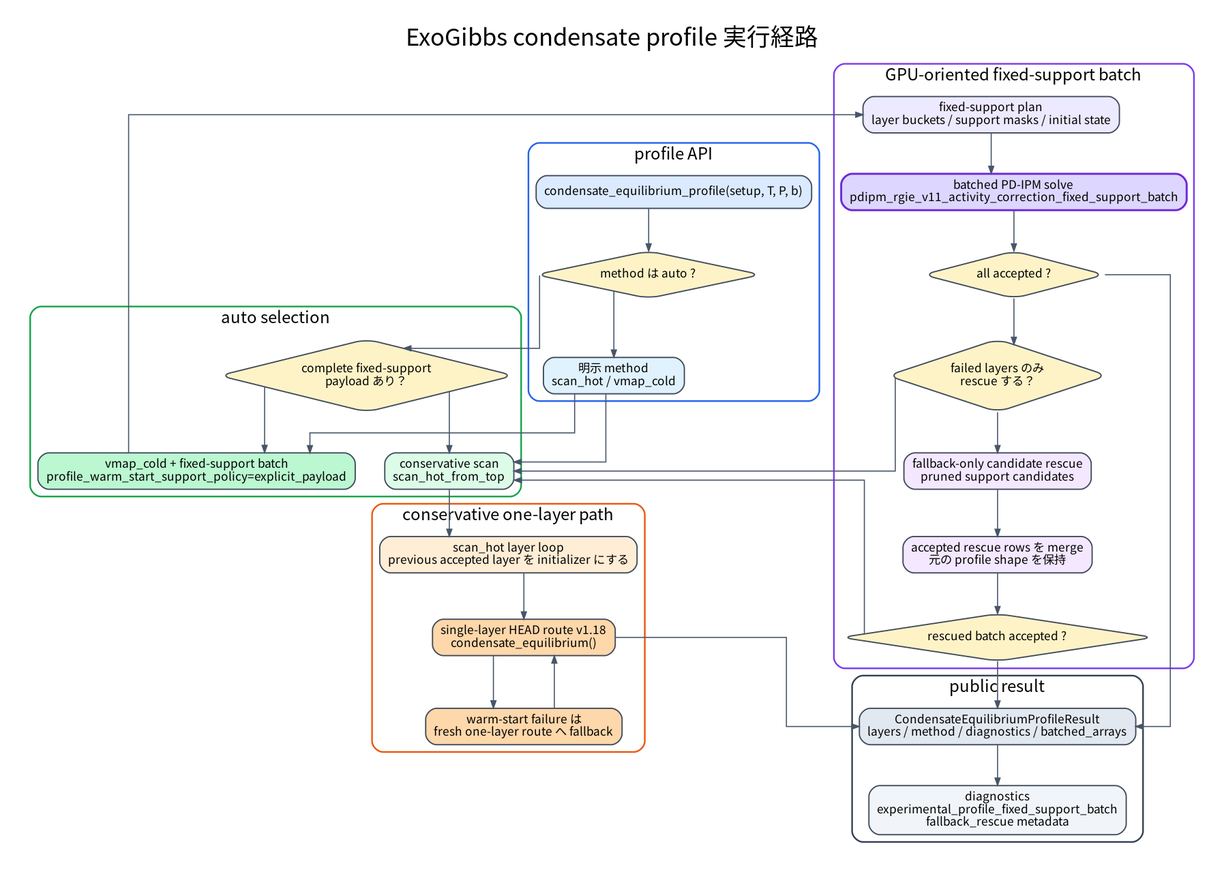
HajimeKawahara/exogibbs keeps this Graphviz diagram as documents/graphviz/condensate_profile_route.png. Above is the earlier version. Its source is kept beside it as documents/graphviz/condensate_profile_route.dot. Its diagram source:
```dot
digraph condensate_profile_route {
  graph [
    rankdir=TB,
    bgcolor="white",
    pad=0.35,
    nodesep=0.45,
    ranksep=0.62,
    splines=ortho,
    fontname="Noto Sans CJK JP",
    label="ExoGibbs condensate profile 実行経路",
    labelloc=t,
    fontsize=26
  ];
  node [
    shape=box,
    style="rounded,filled",
    fontname="Noto Sans CJK JP",
    fontsize=13,
    margin="0.12,0.08",
    color="#3f4a5a",
    penwidth=1.4,
    fillcolor="#f8fafc"
  ];
  edge [
    fontname="Noto Sans CJK JP",
    fontsize=11,
    color="#475569",
    arrowsize=0.8,
    penwidth=1.2
  ];

  subgraph cluster_entry {
    label="profile API";
    fontname="Noto Sans CJK JP";
    fontsize=18;
    color="#2563eb";
    penwidth=1.8;
    style="rounded";

    user_call [
      label="condensate_equilibrium_profile(setup, T, P, b)",
      fillcolor="#dbeafe"
    ];
    method_auto [
      shape=diamond,
      label="method は auto ?",
      fillcolor="#fef3c7"
    ];
    explicit_method [
      label="明示 method\nscan_hot / vmap_cold",
      fillcolor="#e0f2fe"
    ];
  }

  subgraph cluster_auto {
    label="auto selection";
    fontname="Noto Sans CJK JP";
    fontsize=18;
    color="#16a34a";
    penwidth=1.8;
    style="rounded";

    fixed_payload [
      shape=diamond,
      label="complete fixed-support\npayload あり？",
      fillcolor="#fef3c7"
    ];
    conservative_scan [
      label="conservative scan\nscan_hot_from_top",
      fillcolor="#dcfce7"
    ];
    vmap_fixed [
      label="vmap_cold + fixed-support batch\nprofile_warm_start_support_policy=explicit_payload",
      fillcolor="#bbf7d0"
    ];
  }

  subgraph cluster_batch {
    label="GPU-oriented fixed-support batch";
    fontname="Noto Sans CJK JP";
    fontsize=18;
    color="#7c3aed";
    penwidth=1.8;
    style="rounded";

    build_plan [
      label="fixed-support plan\nlayer buckets / support masks / initial state",
      fillcolor="#ede9fe"
    ];
    batch_solve [
      label="batched PD-IPM solve\npdipm_rgie_v11_activity_correction_fixed_support_batch",
      fillcolor="#ddd6fe",
      penwidth=2.2,
      color="#6d28d9"
    ];
    accepted [
      shape=diamond,
      label="all accepted ?",
      fillcolor="#fef3c7"
    ];
    rescue_needed [
      shape=diamond,
      label="failed layers のみ\nrescue する？",
      fillcolor="#fef3c7"
    ];
    rescue_plan [
      label="fallback-only candidate rescue\npruned support candidates",
      fillcolor="#f3e8ff"
    ];
    merge_rescue [
      label="accepted rescue rows を merge\n元の profile shape を保持",
      fillcolor="#f3e8ff"
    ];
    rescued_accepted [
      shape=diamond,
      label="rescued batch accepted ?",
      fillcolor="#fef3c7"
    ];
  }

  subgraph cluster_scan {
    label="conservative one-layer path";
    fontname="Noto Sans CJK JP";
    fontsize=18;
    color="#ea580c";
    penwidth=1.8;
    style="rounded";

    scan_loop [
      label="scan_hot layer loop\nprevious accepted layer を initializer にする",
      fillcolor="#ffedd5"
    ];
    head_route [
      label="single-layer HEAD route v1.18\ncondensate_equilibrium()",
      fillcolor="#fed7aa"
    ];
    fresh_fallback [
      label="warm-start failure は\nfresh one-layer route へ fallback",
      fillcolor="#fed7aa"
    ];
  }

  subgraph cluster_result {
    label="public result";
    fontname="Noto Sans CJK JP";
    fontsize=18;
    color="#334155";
    penwidth=1.8;
    style="rounded";

    profile_result [
      label="CondensateEquilibriumProfileResult\nlayers / method / diagnostics / batched_arrays",
      fillcolor="#e2e8f0"
    ];
    diagnostics [
      label="diagnostics\nexperimental_profile_fixed_support_batch\nfallback_rescue metadata",
      fillcolor="#f1f5f9"
    ];
  }

  user_call -> method_auto;
  method_auto -> fixed_payload;
  method_auto -> explicit_method;
  explicit_method -> conservative_scan;
  explicit_method -> vmap_fixed;
  fixed_payload -> vmap_fixed;
  fixed_payload -> conservative_scan;
  vmap_fixed -> build_plan;
  build_plan -> batch_solve;
  batch_solve -> accepted;
  accepted -> profile_result;
  accepted -> rescue_needed;
  rescue_needed -> rescue_plan;
  rescue_plan -> merge_rescue;
  merge_rescue -> rescued_accepted;
  rescued_accepted -> profile_result;
  rescued_accepted -> conservative_scan;
  rescue_needed -> conservative_scan;
  conservative_scan -> scan_loop;
  scan_loop -> head_route;
  head_route -> fresh_fallback;
  fresh_fallback -> head_route;
  head_route -> profile_result;
  profile_result -> diagnostics;
}
```
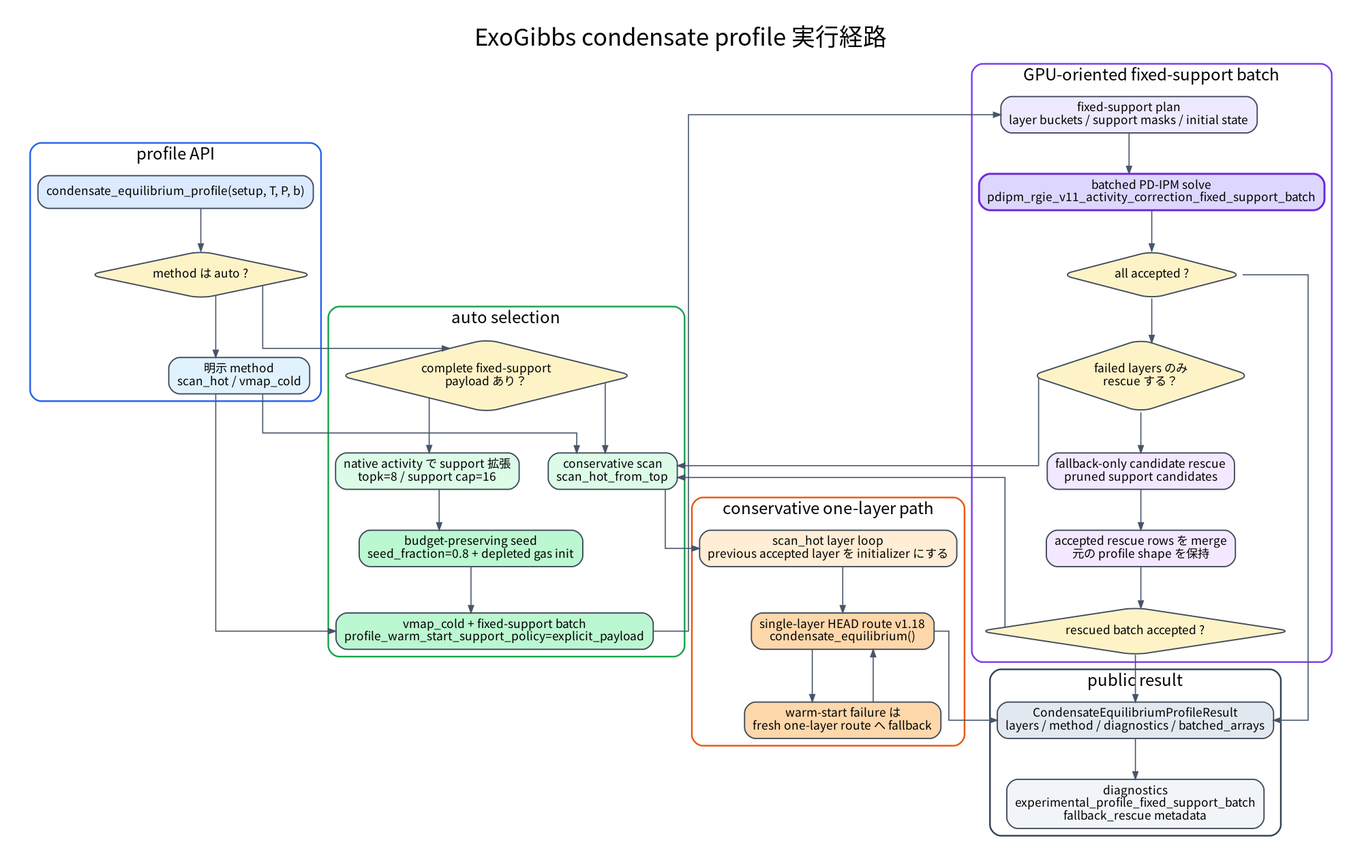
Later version of the same file.

Commit message:
docs: document native activity profile defaults

What changed in the source:
```diff
@@ -64,6 +64,14 @@
       shape=diamond,
       label="complete fixed-support\npayload あり？",
       fillcolor="#fef3c7"
+    ];
+    native_expand [
+      label="native activity で support 拡張\ntopk=8 / support cap=16",
+      fillcolor="#dcfce7"
+    ];
+    seed_depleted [
+      label="budget-preserving seed\nseed_fraction=0.8 + depleted gas init",
+      fillcolor="#bbf7d0"
     ];
     conservative_scan [
       label="conservative scan\nscan_hot_from_top",
@@ -163,7 +171,9 @@
   method_auto -> explicit_method;
   explicit_method -> conservative_scan;
   explicit_method -> vmap_fixed;
-  fixed_payload -> vmap_fixed;
+  fixed_payload -> native_expand;
+  native_expand -> seed_depleted;
+  seed_depleted -> vmap_fixed;
   fixed_payload -> conservative_scan;
   vmap_fixed -> build_plan;
   build_plan -> batch_solve;
```
